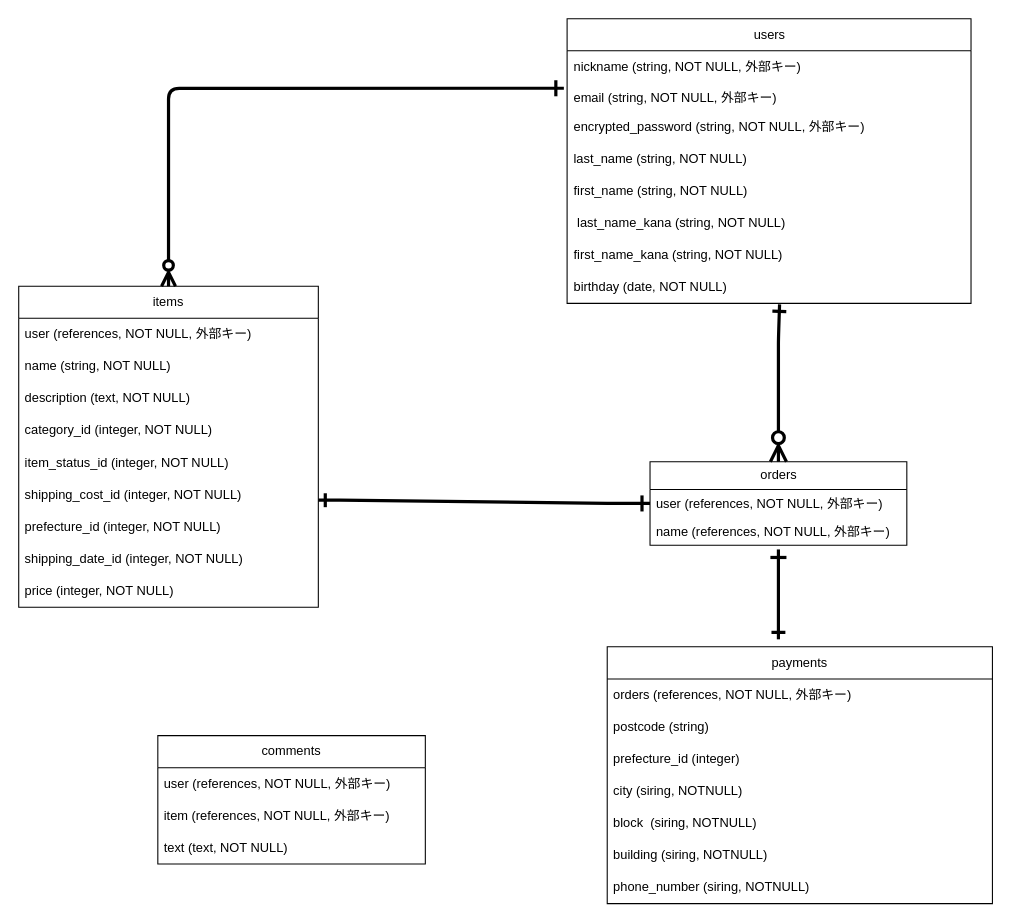
keigo52/furima-39615 keeps this draw.io diagram as furima.dio. Above is the earlier version. Source tidied: cells renumbered, new cells numbered last; positions are measured from the earlier drawing's top-left corner, leaving out a move shared by most shapes. Both pictures are drawn from the tidied source at 107%, with x=0, y=0 at pixel (18, 18).
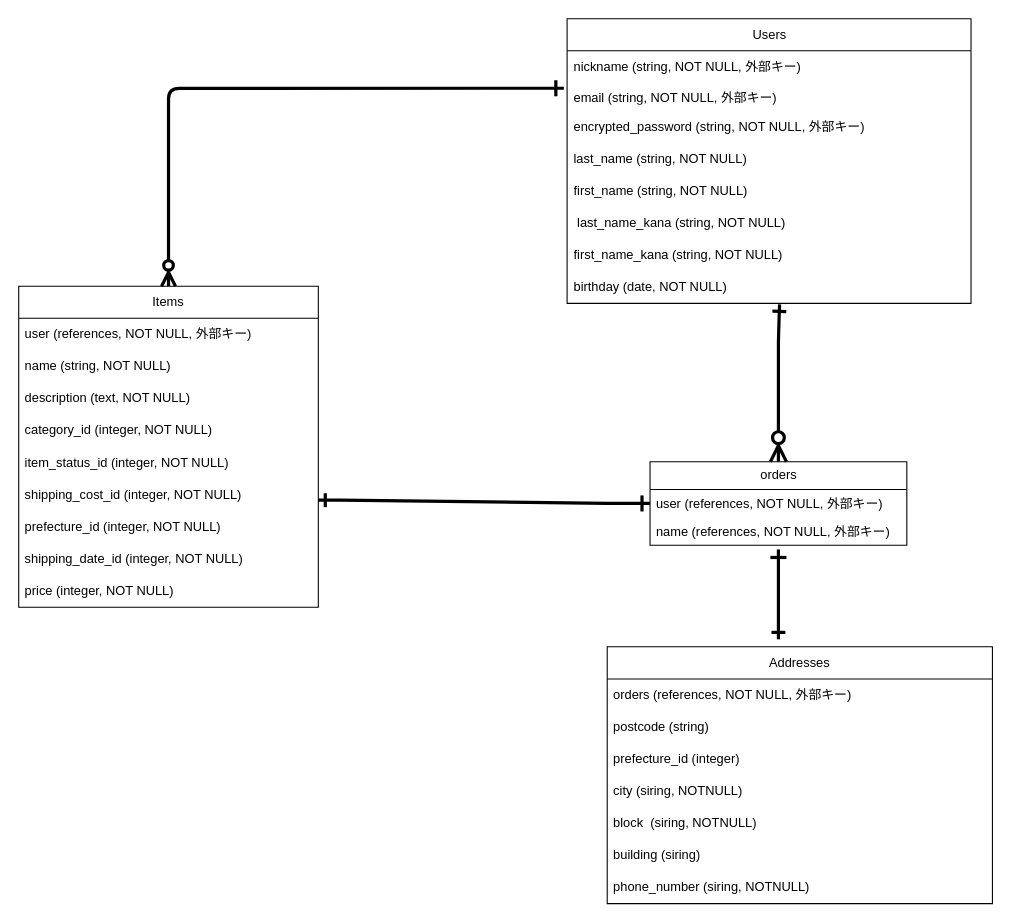
Above is the later version.

Commit message (it also covers changes not shown here):
データベース設計（修正１）

Diff of the diagram source:
```diff
@@
-    <mxCell id="2" value="users" style="swimlane;fontStyle=0;horizontal=1;startSize=30;whiteSpace=wrap;html=1;" parent="1" vertex="1">
+    <mxCell id="2" value="Users" style="swimlane;fontStyle=0;horizontal=1;startSize=30;whiteSpace=wrap;html=1;" parent="1" vertex="1">
       <mxGeometry x="512.5" width="377.5" height="266" as="geometry" />
     </mxCell>
@@
-    <mxCell id="11" value="items" style="swimlane;fontStyle=0;horizontal=1;startSize=30;whiteSpace=wrap;html=1;" parent="1" vertex="1">
+    <mxCell id="11" value="Items" style="swimlane;fontStyle=0;horizontal=1;startSize=30;whiteSpace=wrap;html=1;" parent="1" vertex="1">
       <mxGeometry y="250" width="280" height="300" as="geometry" />
     </mxCell>
@@
-    <mxCell id="24" value="comments" style="swimlane;fontStyle=0;horizontal=1;startSize=30;whiteSpace=wrap;html=1;" parent="1" vertex="1">
-      <mxGeometry x="130" y="670" width="250" height="120" as="geometry" />
-    </mxCell>
-    <mxCell id="25" value="user (references, NOT NULL, 外部キー)" style="text;strokeColor=none;fillColor=none;align=left;verticalAlign=middle;spacingLeft=4;spacingRight=4;overflow=hidden;whiteSpace=wrap;html=1;" parent="24" vertex="1">
-      <mxGeometry y="30" width="250" height="30" as="geometry" />
-    </mxCell>
-    <mxCell id="26" value="item (references, NOT NULL, 外部キー)" style="text;strokeColor=none;fillColor=none;align=left;verticalAlign=middle;spacingLeft=4;spacingRight=4;overflow=hidden;whiteSpace=wrap;html=1;" parent="24" vertex="1">
-      <mxGeometry y="60" width="250" height="30" as="geometry" />
-    </mxCell>
-    <mxCell id="27" value="text (text, NOT NULL)" style="text;strokeColor=none;fillColor=none;align=left;verticalAlign=middle;spacingLeft=4;spacingRight=4;overflow=hidden;whiteSpace=wrap;html=1;" parent="24" vertex="1">
-      <mxGeometry y="90" width="250" height="30" as="geometry" />
-    </mxCell>
-    <mxCell id="28" value="payments" style="swimlane;fontStyle=0;horizontal=1;startSize=30;whiteSpace=wrap;html=1;" parent="1" vertex="1">
+    <mxCell id="28" value="Addresses" style="swimlane;fontStyle=0;horizontal=1;startSize=30;whiteSpace=wrap;html=1;" parent="1" vertex="1">
       <mxGeometry x="550" y="587" width="360" height="240" as="geometry" />
     </mxCell>
@@
-    <mxCell id="34" value="building&amp;nbsp;(siring, NOTNULL)" style="text;strokeColor=none;fillColor=none;align=left;verticalAlign=middle;spacingLeft=4;spacingRight=4;overflow=hidden;whiteSpace=wrap;html=1;" parent="28" vertex="1">
+    <mxCell id="34" value="building&amp;nbsp;(siring)" style="text;strokeColor=none;fillColor=none;align=left;verticalAlign=middle;spacingLeft=4;spacingRight=4;overflow=hidden;whiteSpace=wrap;html=1;" parent="28" vertex="1">
       <mxGeometry y="180" width="360" height="30" as="geometry" />
     </mxCell>
```
